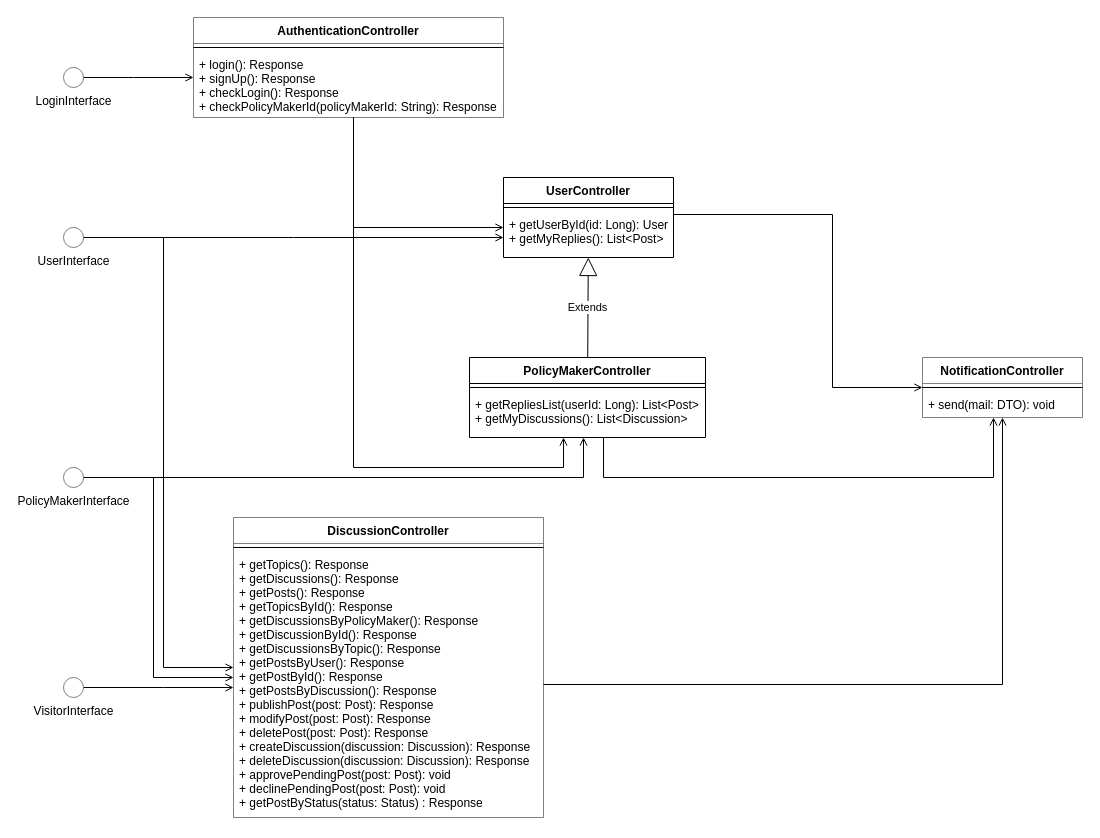
This is page "ComponentInterfaces" (1 of 2) of DD Diagrams/ComponentInterfaces.drawio from matteovisotto/SE2-CecchettoSirianiVisotto, a draw.io file, before an edit. Source tidied: cells renumbered, new cells numbered last; positions are measured from the earlier drawing's top-left corner, leaving out a move shared by most shapes. Both pictures are drawn from the tidied source at 100%, with x=0, y=0 at pixel (63, 17).
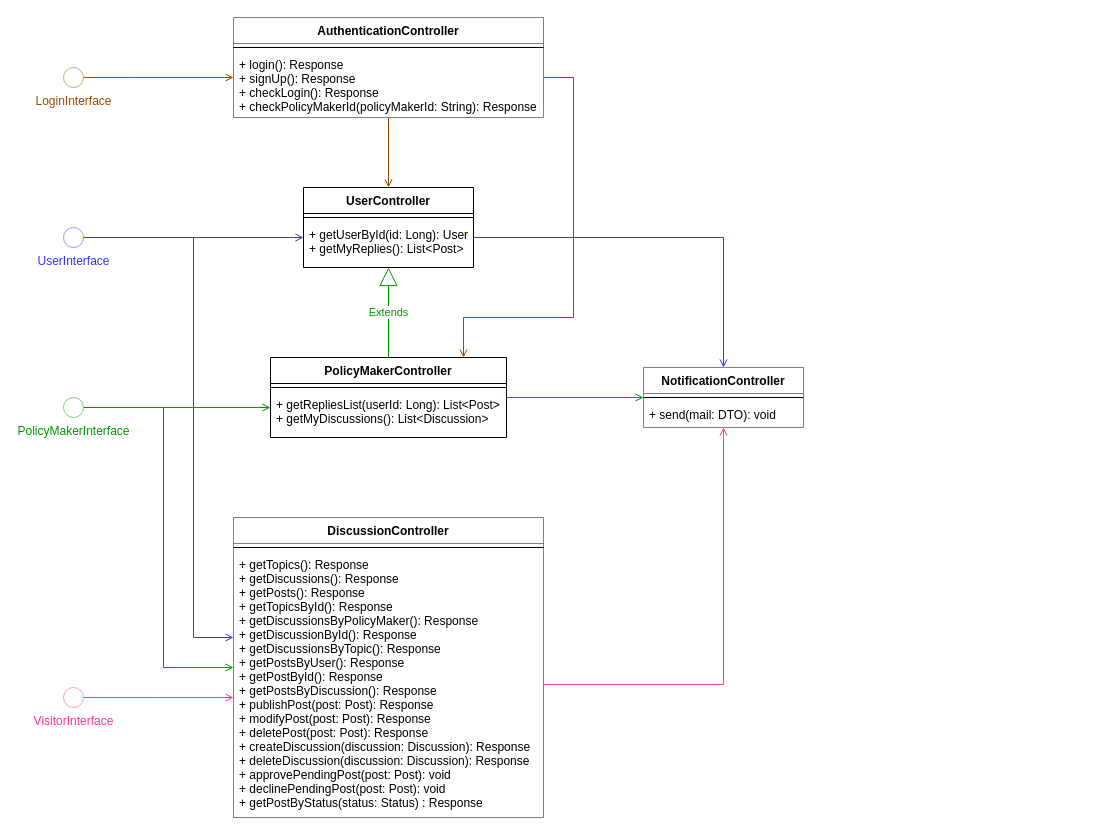
The same diagram, later.

Unchanged cells that the change refers to:
```xml
<mxCell id="16" value="DiscussionController" style="swimlane;fontStyle=1;align=center;verticalAlign=top;horizontal=1;startSize=26;strokeWidth=0.5;" parent="1" vertex="1">
  <mxGeometry x="170" y="500" width="310" height="300" as="geometry" />
</mxCell>
<mxCell id="18" value="+ getTopics(): Response&#10;+ getDiscussions(): Response&#10;+ getPosts(): Response&#10;+ getTopicsById(): Response&#10;+ getDiscussionsByPolicyMaker(): Response&#10;+ getDiscussionById(): Response&#10;+ getDiscussionsByTopic(): Response&#10;+ getPostsByUser(): Response&#10;+ getPostById(): Response&#10;+ getPostsByDiscussion(): Response&#10;+ publishPost(post: Post): Response&#10;+ modifyPost(post: Post): Response&#10;+ deletePost(post: Post): Response&#10;+ createDiscussion(discussion: Discussion): Response&#10;+ deleteDiscussion(discussion: Discussion): Response&#10;+ approvePendingPost(post: Post): void&#10;+ declinePendingPost(post: Post): void&#10;+ getPostByStatus(status: Status) : Response" style="text;strokeColor=none;fillColor=none;align=left;verticalAlign=top;spacingLeft=4;spacingRight=4;overflow=hidden;points=[[0,0.5],[1,0.5]];portConstraint=eastwest;" parent="16" vertex="1">
  <mxGeometry y="34" width="310" height="266" as="geometry" />
</mxCell>
<mxCell id="23" value="+ login(): Response&#10;+ signUp(): Response&#10;+ checkLogin(): Response&#10;+ checkPolicyMakerId(policyMakerId: String): Response" style="text;strokeColor=none;fillColor=none;align=left;verticalAlign=top;spacingLeft=4;spacingRight=4;overflow=hidden;points=[[0,0.5],[1,0.5]];portConstraint=eastwest;" parent="21" vertex="1">
  <mxGeometry y="34" width="310" height="66" as="geometry" />
</mxCell>
```

Diff of the diagram source:
```diff
@@
-    <mxCell id="2" style="edgeStyle=orthogonalEdgeStyle;rounded=0;jettySize=auto;html=1;exitX=1;exitY=0.5;exitDx=0;exitDy=0;exitPerimeter=0;endArrow=open;endFill=0;" parent="1" edge="1" source="4" target="26">
+    <mxCell id="2" style="edgeStyle=orthogonalEdgeStyle;rounded=0;jettySize=auto;html=1;exitX=1;exitY=0.5;exitDx=0;exitDy=0;exitPerimeter=0;endArrow=open;endFill=0;strokeColor=#3333FF;" parent="1" edge="1" source="4" target="26">
       <mxGeometry relative="1" as="geometry">
         <Array as="points">
           <mxPoint x="230" y="220" />
           <mxPoint x="230" y="220" />
         </Array>
       </mxGeometry>
     </mxCell>
-    <mxCell id="3" style="edgeStyle=orthogonalEdgeStyle;rounded=0;jettySize=auto;html=1;exitX=1;exitY=0.5;exitDx=0;exitDy=0;exitPerimeter=0;endArrow=open;endFill=0;" parent="1" edge="1" source="4" target="18">
+    <mxCell id="3" style="edgeStyle=orthogonalEdgeStyle;rounded=0;jettySize=auto;html=1;exitX=1;exitY=0.5;exitDx=0;exitDy=0;exitPerimeter=0;endArrow=open;endFill=0;strokeColor=#3333FF;" parent="1" edge="1" source="4" target="18">
       <mxGeometry relative="1" as="geometry">
         <Array as="points">
-          <mxPoint x="100" y="220" />
-          <mxPoint x="100" y="650" />
+          <mxPoint x="130" y="220" />
+          <mxPoint x="130" y="620" />
         </Array>
       </mxGeometry>
     </mxCell>
-    <mxCell id="4" value="UserInterface" style="verticalLabelPosition=bottom;verticalAlign=top;html=1;shape=mxgraph.flowchart.on-page_reference;strokeWidth=0.5;" parent="1" vertex="1">
+    <mxCell id="4" value="&lt;font color=&quot;#3333ff&quot;&gt;UserInterface&lt;/font&gt;" style="verticalLabelPosition=bottom;verticalAlign=top;html=1;shape=mxgraph.flowchart.on-page_reference;strokeWidth=0.5;strokeColor=#3333FF;" parent="1" vertex="1">
       <mxGeometry y="210" width="20" height="20" as="geometry" />
     </mxCell>
-    <mxCell id="5" style="edgeStyle=orthogonalEdgeStyle;rounded=0;jettySize=auto;html=1;exitX=1;exitY=0.5;exitDx=0;exitDy=0;exitPerimeter=0;endArrow=open;endFill=0;" parent="1" edge="1" source="7" target="29">
+    <mxCell id="5" style="edgeStyle=orthogonalEdgeStyle;rounded=0;jettySize=auto;html=1;exitX=1;exitY=0.5;exitDx=0;exitDy=0;exitPerimeter=0;endArrow=open;endFill=0;strokeColor=#009900;" parent="1" edge="1" source="7" target="29">
       <mxGeometry relative="1" as="geometry">
         <Array as="points">
-          <mxPoint x="520" y="460" />
+          <mxPoint x="20" y="390" />
         </Array>
       </mxGeometry>
     </mxCell>
-    <mxCell id="6" style="edgeStyle=orthogonalEdgeStyle;rounded=0;jettySize=auto;html=1;exitX=1;exitY=0.5;exitDx=0;exitDy=0;exitPerimeter=0;endArrow=open;endFill=0;" parent="1" edge="1" source="7" target="18">
+    <mxCell id="6" style="edgeStyle=orthogonalEdgeStyle;rounded=0;jettySize=auto;html=1;exitX=1;exitY=0.5;exitDx=0;exitDy=0;exitPerimeter=0;endArrow=open;endFill=0;strokeColor=#009900;" parent="1" edge="1" source="7" target="18">
       <mxGeometry relative="1" as="geometry">
         <Array as="points">
-          <mxPoint x="90" y="460" />
-          <mxPoint x="90" y="660" />
+          <mxPoint x="100" y="390" />
+          <mxPoint x="100" y="650" />
         </Array>
       </mxGeometry>
     </mxCell>
-    <mxCell id="7" value="PolicyMakerInterface" style="verticalLabelPosition=bottom;verticalAlign=top;html=1;shape=mxgraph.flowchart.on-page_reference;strokeWidth=0.5;" parent="1" vertex="1">
-      <mxGeometry y="450" width="20" height="20" as="geometry" />
+    <mxCell id="7" value="&lt;font color=&quot;#009900&quot;&gt;PolicyMakerInterface&lt;/font&gt;" style="verticalLabelPosition=bottom;verticalAlign=top;html=1;shape=mxgraph.flowchart.on-page_reference;strokeWidth=0.5;strokeColor=#009900;" parent="1" vertex="1">
+      <mxGeometry y="380" width="20" height="20" as="geometry" />
     </mxCell>
-    <mxCell id="8" style="edgeStyle=orthogonalEdgeStyle;rounded=0;jettySize=auto;html=1;exitX=1;exitY=0.5;exitDx=0;exitDy=0;exitPerimeter=0;endArrow=open;endFill=0;" parent="1" edge="1" source="9" target="21">
+    <mxCell id="8" style="edgeStyle=orthogonalEdgeStyle;rounded=0;jettySize=auto;html=1;exitX=1;exitY=0.5;exitDx=0;exitDy=0;exitPerimeter=0;endArrow=open;endFill=0;strokeColor=#994C00;" parent="1" edge="1" source="9" target="21">
       <mxGeometry relative="1" as="geometry">
         <Array as="points">
           <mxPoint x="70" y="60" />
           <mxPoint x="70" y="60" />
         </Array>
       </mxGeometry>
     </mxCell>
-    <mxCell id="9" value="LoginInterface" style="verticalLabelPosition=bottom;verticalAlign=top;html=1;shape=mxgraph.flowchart.on-page_reference;strokeWidth=0.5;" parent="1" vertex="1">
+    <mxCell id="9" value="&lt;font color=&quot;#994c00&quot;&gt;LoginInterface&lt;/font&gt;" style="verticalLabelPosition=bottom;verticalAlign=top;html=1;shape=mxgraph.flowchart.on-page_reference;strokeWidth=0.5;strokeColor=#994C00;" parent="1" vertex="1">
       <mxGeometry y="50" width="20" height="20" as="geometry" />
     </mxCell>
-    <mxCell id="10" style="edgeStyle=orthogonalEdgeStyle;rounded=0;jettySize=auto;html=1;endArrow=open;endFill=0;" parent="1" edge="1" source="26" target="11">
+    <mxCell id="10" style="edgeStyle=orthogonalEdgeStyle;rounded=0;jettySize=auto;html=1;endArrow=open;endFill=0;strokeColor=#3333FF;" parent="1" edge="1" source="26" target="11">
       <mxGeometry relative="1" as="geometry">
         <Array as="points">
-          <mxPoint x="769" y="197" />
-          <mxPoint x="769" y="370" />
+          <mxPoint x="660" y="220" />
         </Array>
       </mxGeometry>
     </mxCell>
     <mxCell id="11" value="NotificationController" style="swimlane;fontStyle=1;align=center;verticalAlign=top;horizontal=1;startSize=26;strokeWidth=0.5;" parent="1" vertex="1">
-      <mxGeometry x="859" y="340" width="160" height="60" as="geometry" />
+      <mxGeometry x="580" y="350" width="160" height="60" as="geometry" />
     </mxCell>
@@
-    <mxCell id="14" value="Extends" style="endArrow=block;endSize=16;endFill=0;html=1;rounded=0;" parent="1" edge="1" source="29" target="26">
+    <mxCell id="14" value="&lt;font color=&quot;#009900&quot;&gt;Extends&lt;/font&gt;" style="endArrow=block;endSize=16;endFill=0;html=1;rounded=0;strokeColor=#009900;" parent="1" edge="1" source="29" target="26">
       <mxGeometry relative="1" as="geometry" />
     </mxCell>
-    <mxCell id="15" style="edgeStyle=orthogonalEdgeStyle;rounded=0;jettySize=auto;html=1;endArrow=open;endFill=0;" parent="1" edge="1" source="29" target="11">
+    <mxCell id="15" style="edgeStyle=orthogonalEdgeStyle;rounded=0;jettySize=auto;html=1;endArrow=open;endFill=0;strokeColor=#009900;" parent="1" edge="1" source="29" target="11">
       <mxGeometry relative="1" as="geometry">
         <Array as="points">
-          <mxPoint x="540" y="460" />
-          <mxPoint x="930" y="460" />
+          <mxPoint x="620" y="390" />
+          <mxPoint x="620" y="390" />
         </Array>
       </mxGeometry>
     </mxCell>
@@
-    <mxCell id="19" style="edgeStyle=orthogonalEdgeStyle;rounded=0;jettySize=auto;html=1;exitX=1;exitY=0.5;exitDx=0;exitDy=0;exitPerimeter=0;endArrow=open;endFill=0;" parent="1" edge="1" source="20" target="16">
+    <mxCell id="19" style="edgeStyle=orthogonalEdgeStyle;rounded=0;jettySize=auto;html=1;exitX=1;exitY=0.5;exitDx=0;exitDy=0;exitPerimeter=0;endArrow=open;endFill=0;strokeColor=#FF3399;" parent="1" edge="1" source="20" target="16">
       <mxGeometry relative="1" as="geometry">
         <Array as="points">
-          <mxPoint x="100" y="670" />
-          <mxPoint x="100" y="670" />
+          <mxPoint x="90" y="680" />
+          <mxPoint x="90" y="680" />
         </Array>
       </mxGeometry>
     </mxCell>
-    <mxCell id="20" value="VisitorInterface" style="verticalLabelPosition=bottom;verticalAlign=top;html=1;shape=mxgraph.flowchart.on-page_reference;strokeWidth=0.5;" parent="1" vertex="1">
-      <mxGeometry y="660" width="20" height="20" as="geometry" />
+    <mxCell id="20" value="&lt;font color=&quot;#ff3399&quot;&gt;VisitorInterface&lt;/font&gt;" style="verticalLabelPosition=bottom;verticalAlign=top;html=1;shape=mxgraph.flowchart.on-page_reference;strokeWidth=0.5;strokeColor=#FF3399;" parent="1" vertex="1">
+      <mxGeometry y="670" width="20" height="20" as="geometry" />
     </mxCell>
     <mxCell id="21" value="AuthenticationController" style="swimlane;fontStyle=1;align=center;verticalAlign=top;horizontal=1;startSize=26;strokeWidth=0.5;" parent="1" vertex="1">
-      <mxGeometry x="130" width="310" height="100" as="geometry" />
+      <mxGeometry x="170" width="310" height="100" as="geometry" />
     </mxCell>
@@
-    <mxCell id="24" style="edgeStyle=orthogonalEdgeStyle;rounded=0;jettySize=auto;html=1;endArrow=open;endFill=0;" parent="1" edge="1" source="23" target="26">
+    <mxCell id="24" style="edgeStyle=orthogonalEdgeStyle;rounded=0;jettySize=auto;html=1;endArrow=open;endFill=0;strokeColor=#994C00;" parent="1" edge="1" source="23" target="26">
       <mxGeometry relative="1" as="geometry">
         <Array as="points">
-          <mxPoint x="290" y="210" />
+          <mxPoint x="300" y="180" />
+          <mxPoint x="300" y="180" />
         </Array>
       </mxGeometry>
     </mxCell>
-    <mxCell id="25" style="edgeStyle=orthogonalEdgeStyle;rounded=0;jettySize=auto;html=1;endArrow=open;endFill=0;" parent="1" edge="1" source="23" target="29">
+    <mxCell id="25" style="edgeStyle=orthogonalEdgeStyle;rounded=0;jettySize=auto;html=1;endArrow=open;endFill=0;strokeColor=#994C00;" parent="1" edge="1" source="23" target="29">
       <mxGeometry relative="1" as="geometry">
         <Array as="points">
-          <mxPoint x="290" y="450" />
-          <mxPoint x="500" y="450" />
+          <mxPoint x="510" y="60" />
+          <mxPoint x="510" y="300" />
+          <mxPoint x="400" y="300" />
         </Array>
       </mxGeometry>
     </mxCell>
     <mxCell id="26" value="UserController" style="swimlane;fontStyle=1;align=center;verticalAlign=top;horizontal=1;startSize=26;" parent="1" vertex="1">
-      <mxGeometry x="440" y="160" width="170" height="80" as="geometry" />
+      <mxGeometry x="240" y="170" width="170" height="80" as="geometry" />
     </mxCell>
@@
     <mxCell id="29" value="PolicyMakerController" style="swimlane;fontStyle=1;align=center;verticalAlign=top;horizontal=1;startSize=26;" parent="1" vertex="1">
-      <mxGeometry x="406" y="340" width="236" height="80" as="geometry" />
+      <mxGeometry x="207" y="340" width="236" height="80" as="geometry" />
     </mxCell>
@@
-    <mxCell id="32" style="edgeStyle=orthogonalEdgeStyle;rounded=0;jettySize=auto;html=1;endArrow=open;endFill=0;" parent="1" edge="1" source="18" target="11">
-      <mxGeometry relative="1" as="geometry" />
+    <mxCell id="32" style="edgeStyle=orthogonalEdgeStyle;rounded=0;jettySize=auto;html=1;endArrow=open;endFill=0;strokeColor=#FF3399;" parent="1" edge="1" source="18" target="11">
+      <mxGeometry relative="1" as="geometry">
+        <Array as="points">
+          <mxPoint x="660" y="667" />
+        </Array>
+      </mxGeometry>
     </mxCell>
```
